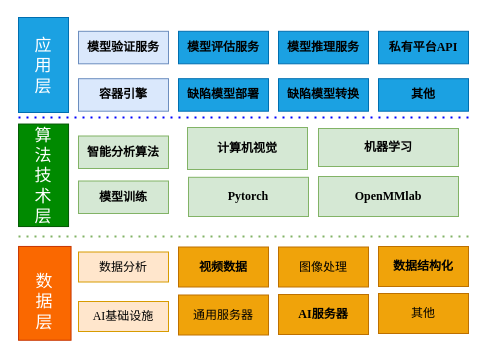
The draw.io diagram AI_architecture.drawio in paleblackless/diagrams, before the edit. Source tidied: cells renumbered, new cells numbered last; positions are measured from the earlier drawing's top-left corner, leaving out a move shared by most shapes. Both pictures are drawn from the tidied source at 100%, with x=0, y=0 at pixel (-8, 31).
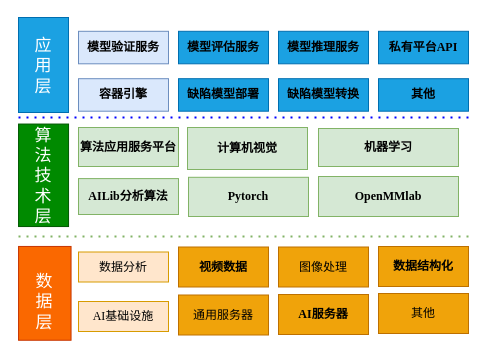
The same page after the edit.

The edit, as a diff of the source:
```diff
@@
-    <mxCell id="22" value="&lt;b&gt;模型训练&lt;/b&gt;" style="rounded=0;whiteSpace=wrap;html=1;fillColor=#d5e8d4;strokeColor=#82b366;fontFamily=Times New Roman;" parent="1" vertex="1">
-      <mxGeometry x="86" y="149.5" width="90" height="32.5" as="geometry" />
+    <mxCell id="22" value="&lt;b&gt;算法应用服务平台&lt;/b&gt;" style="rounded=0;whiteSpace=wrap;html=1;fillColor=#d5e8d4;strokeColor=#82b366;fontFamily=Times New Roman;" parent="1" vertex="1">
+      <mxGeometry x="86" y="96" width="100" height="39" as="geometry" />
     </mxCell>
-    <mxCell id="23" value="&lt;b&gt;智能分析算法&lt;/b&gt;" style="rounded=0;whiteSpace=wrap;html=1;fillColor=#d5e8d4;strokeColor=#82b366;fontFamily=Times New Roman;" parent="1" vertex="1">
-      <mxGeometry x="86" y="104.5" width="90" height="32.5" as="geometry" />
+    <mxCell id="23" value="&lt;b&gt;AILib分析算法&lt;/b&gt;" style="rounded=0;whiteSpace=wrap;html=1;fillColor=#d5e8d4;strokeColor=#82b366;fontFamily=Times New Roman;" parent="1" vertex="1">
+      <mxGeometry x="86" y="147.1" width="100" height="35.9" as="geometry" />
     </mxCell>
```
